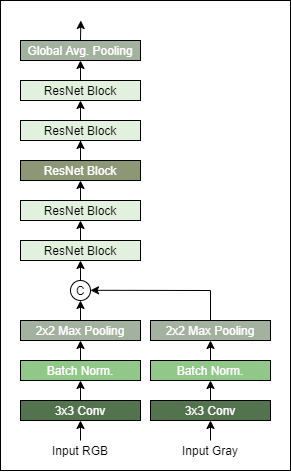
This is img/struct-Page-2.png from Abner0627/Traffic-Sign-Classifier, a draw.io export, as it was before one commit. Source tidied: cells renumbered, new cells last; positions are measured from the earlier drawing's top-left corner, leaving out a move shared by most shapes.
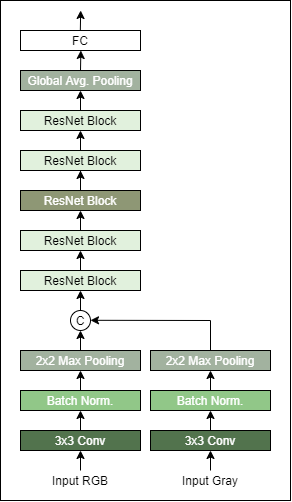
The same diagram one commit later.

Change to the diagram source:
```diff
@@ -3,7 +3,7 @@
     <mxCell id="0" />
     <mxCell id="1" parent="0" />
     <mxCell id="2" style="rounded=0;whiteSpace=wrap;html=1;fontSize=8;fontColor=#FFFFFF;strokeColor=#000000;fillColor=#FFFFFF;" parent="1" vertex="1">
-      <mxGeometry width="290" height="470" as="geometry" />
+      <mxGeometry y="-30" width="290" height="500" as="geometry" />
     </mxCell>
     <mxCell id="3" style="edgeStyle=orthogonalEdgeStyle;rounded=0;jettySize=auto;html=1;exitX=0.5;exitY=0;exitDx=0;exitDy=0;entryX=0.5;entryY=1;entryDx=0;entryDy=0;fontSize=8;fontColor=#FFFFFF;" parent="1" edge="1" source="4" target="6">
       <mxGeometry relative="1" as="geometry" />
@@ -112,5 +112,14 @@
         <mxPoint x="90" y="289.8" as="targetPoint" />
       </mxGeometry>
     </mxCell>
+    <mxCell id="36" value="FC" style="text;html=1;align=center;verticalAlign=middle;whiteSpace=wrap;rounded=0;strokeColor=#000000;fillColor=#ffffff;" parent="1" vertex="1">
+      <mxGeometry x="20" width="120" height="20" as="geometry" />
+    </mxCell>
+    <mxCell id="37" style="edgeStyle=orthogonalEdgeStyle;rounded=0;orthogonalLoop=1;jettySize=auto;html=1;exitX=0.5;exitY=0;exitDx=0;exitDy=0;fontSize=8;fontColor=#FFFFFF;" parent="1" edge="1">
+      <mxGeometry relative="1" as="geometry">
+        <mxPoint x="79.8" as="sourcePoint" />
+        <mxPoint x="80.2" y="-20" as="targetPoint" />
+      </mxGeometry>
+    </mxCell>
   </root>
 </mxGraphModel>
```
